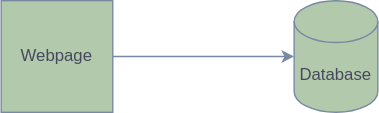
Before: diagrams/test.drawio.svg, a diagram exported from draw.io (Fuji727/johnfujiwara.com). Source tidied: cells renumbered, new cells last; positions are measured from the earlier drawing's top-left corner, leaving out a move shared by most shapes.
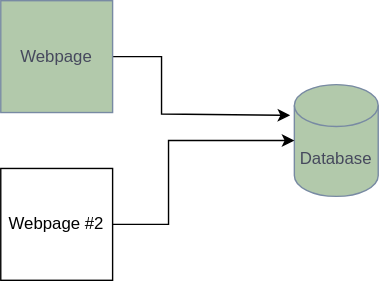
After the change.

The edit, as a diff of the source:
```diff
@@ -2,14 +2,30 @@
   <root>
     <mxCell id="0" />
     <mxCell id="1" parent="0" />
-    <mxCell id="2" style="edgeStyle=none;html=1;labelBackgroundColor=none;strokeColor=#788AA3;fontColor=default;" parent="1" edge="1" source="3" target="4">
-      <mxGeometry relative="1" as="geometry" />
+    <mxCell id="2" style="edgeStyle=orthogonalEdgeStyle;rounded=0;jettySize=auto;html=1;entryX=-0.05;entryY=0.275;entryDx=0;entryDy=0;entryPerimeter=0;" parent="1" edge="1" source="3" target="4">
+      <mxGeometry relative="1" as="geometry">
+        <Array as="points">
+          <mxPoint x="115" y="-20" />
+          <mxPoint x="115" y="21" />
+        </Array>
+      </mxGeometry>
     </mxCell>
     <mxCell id="3" value="Webpage" style="whiteSpace=wrap;html=1;labelBackgroundColor=none;fillColor=#B2C9AB;strokeColor=#788AA3;fontColor=#46495D;" parent="1" vertex="1">
-      <mxGeometry width="80" height="80" as="geometry" />
+      <mxGeometry y="-60" width="80" height="80" as="geometry" />
     </mxCell>
     <mxCell id="4" value="Database" style="shape=cylinder3;whiteSpace=wrap;html=1;boundedLbl=1;backgroundOutline=1;size=15;labelBackgroundColor=none;fillColor=#B2C9AB;strokeColor=#788AA3;fontColor=#46495D;" parent="1" vertex="1">
       <mxGeometry x="210" width="60" height="80" as="geometry" />
     </mxCell>
+    <mxCell id="5" style="edgeStyle=orthogonalEdgeStyle;rounded=0;jettySize=auto;html=1;" parent="1" edge="1" source="6" target="4">
+      <mxGeometry relative="1" as="geometry">
+        <Array as="points">
+          <mxPoint x="120" y="100" />
+          <mxPoint x="120" y="40" />
+        </Array>
+      </mxGeometry>
+    </mxCell>
+    <mxCell id="6" value="Webpage #2" style="whiteSpace=wrap;html=1;" parent="1" vertex="1">
+      <mxGeometry y="60" width="80" height="80" as="geometry" />
+    </mxCell>
   </root>
 </mxGraphModel>
```
